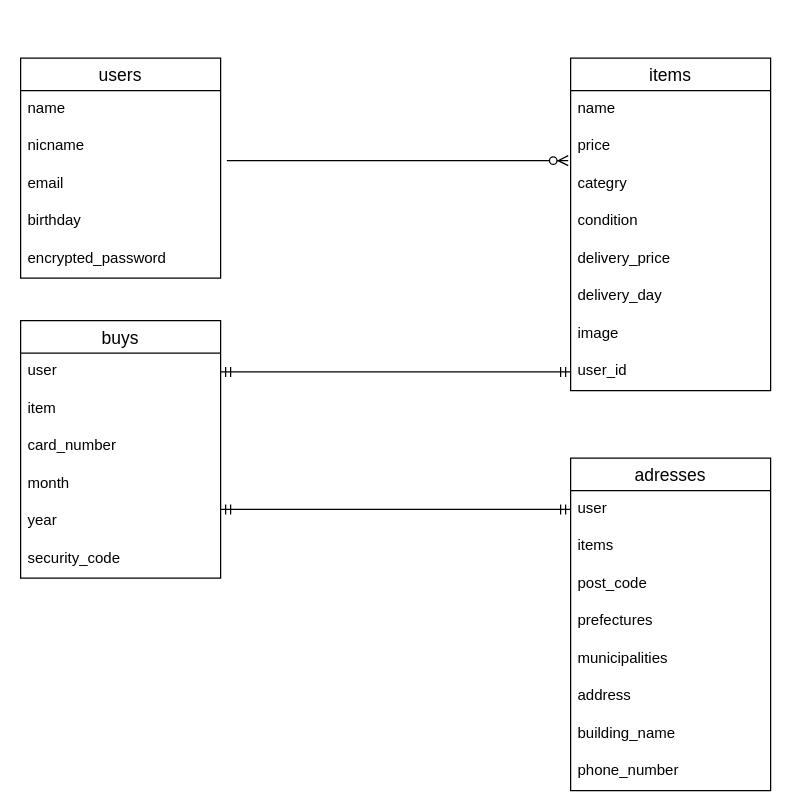
This is furima.dio from oda27/furima-38275, a draw.io file, before an edit. Source tidied: cells renumbered, new cells numbered last; positions are measured from the earlier drawing's top-left corner, leaving out a move shared by most shapes. Both pictures are drawn from the tidied source at 125%, with x=0, y=0 at pixel (20, 58).
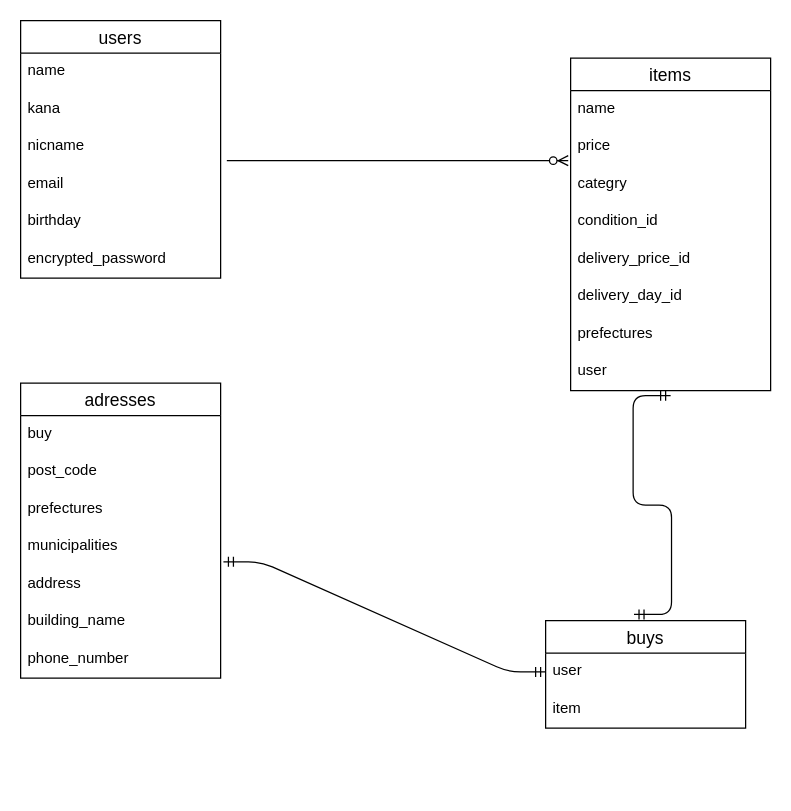
After the change.

Commit message (it also covers changes not shown here):
データベース設計

The change refers to these unchanged cells:
```xml
<mxCell id="9" value="user" style="text;strokeColor=none;fillColor=none;spacingLeft=4;spacingRight=4;overflow=hidden;points=[[0,0.5],[1,0.5]];portConstraint=eastwest;fontSize=12;" parent="8" vertex="1">
  <mxGeometry y="26" width="160" height="30" as="geometry" />
</mxCell>
<mxCell id="24" value="items" style="swimlane;fontStyle=0;horizontal=1;startSize=26;align=center;fontSize=14;" parent="1" vertex="1">
  <mxGeometry x="440" width="160" height="266" as="geometry" />
</mxCell>
```

What changed in the source:
```diff
@@
     <mxCell id="2" value="users" style="swimlane;fontStyle=0;horizontal=1;startSize=26;align=center;fontSize=14;" parent="1" vertex="1">
-      <mxGeometry width="160" height="176" as="geometry" />
+      <mxGeometry y="-30" width="160" height="206" as="geometry" />
     </mxCell>
@@
+    <mxCell id="37" value="kana" style="text;strokeColor=none;fillColor=none;spacingLeft=4;spacingRight=4;overflow=hidden;fontSize=12;" parent="2" vertex="1">
+      <mxGeometry y="56" width="160" height="30" as="geometry" />
+    </mxCell>
     <mxCell id="4" value="nicname" style="text;strokeColor=none;fillColor=none;spacingLeft=4;spacingRight=4;overflow=hidden;points=[[0,0.5],[1,0.5]];portConstraint=eastwest;fontSize=12;" parent="2" vertex="1">
-      <mxGeometry y="56" width="160" height="30" as="geometry" />
+      <mxGeometry y="86" width="160" height="30" as="geometry" />
     </mxCell>
     <mxCell id="5" value="email" style="text;strokeColor=none;fillColor=none;spacingLeft=4;spacingRight=4;overflow=hidden;fontSize=12;" parent="2" vertex="1">
-      <mxGeometry y="86" width="160" height="30" as="geometry" />
+      <mxGeometry y="116" width="160" height="30" as="geometry" />
     </mxCell>
     <mxCell id="6" value="birthday" style="text;strokeColor=none;fillColor=none;spacingLeft=4;spacingRight=4;overflow=hidden;fontSize=12;" parent="2" vertex="1">
-      <mxGeometry y="116" width="160" height="30" as="geometry" />
+      <mxGeometry y="146" width="160" height="30" as="geometry" />
     </mxCell>
     <mxCell id="7" value="encrypted_password" style="text;strokeColor=none;fillColor=none;spacingLeft=4;spacingRight=4;overflow=hidden;fontSize=12;" parent="2" vertex="1">
-      <mxGeometry y="146" width="160" height="30" as="geometry" />
+      <mxGeometry y="176" width="160" height="30" as="geometry" />
     </mxCell>
     <mxCell id="8" value="buys" style="swimlane;fontStyle=0;horizontal=1;startSize=26;align=center;fontSize=14;" parent="1" vertex="1">
-      <mxGeometry y="210" width="160" height="206" as="geometry" />
+      <mxGeometry x="420" y="450" width="160" height="86" as="geometry" />
     </mxCell>
@@
-    <mxCell id="11" value="card_number" style="text;strokeColor=none;fillColor=none;spacingLeft=4;spacingRight=4;overflow=hidden;fontSize=12;" parent="8" vertex="1">
-      <mxGeometry y="86" width="160" height="30" as="geometry" />
-    </mxCell>
-    <mxCell id="12" value="month" style="text;strokeColor=none;fillColor=none;spacingLeft=4;spacingRight=4;overflow=hidden;fontSize=12;" parent="8" vertex="1">
-      <mxGeometry y="116" width="160" height="30" as="geometry" />
-    </mxCell>
-    <mxCell id="13" value="year" style="text;strokeColor=none;fillColor=none;spacingLeft=4;spacingRight=4;overflow=hidden;fontSize=12;" parent="8" vertex="1">
-      <mxGeometry y="146" width="160" height="30" as="geometry" />
-    </mxCell>
-    <mxCell id="14" value="security_code" style="text;strokeColor=none;fillColor=none;spacingLeft=4;spacingRight=4;overflow=hidden;fontSize=12;" parent="8" vertex="1">
-      <mxGeometry y="176" width="160" height="30" as="geometry" />
-    </mxCell>
     <mxCell id="15" value="adresses" style="swimlane;fontStyle=0;horizontal=1;startSize=26;align=center;fontSize=14;" parent="1" vertex="1">
-      <mxGeometry x="440" y="320" width="160" height="266" as="geometry" />
+      <mxGeometry y="260" width="160" height="236" as="geometry" />
     </mxCell>
-    <mxCell id="16" value="user" style="text;strokeColor=none;fillColor=none;spacingLeft=4;spacingRight=4;overflow=hidden;points=[[0,0.5],[1,0.5]];portConstraint=eastwest;fontSize=12;" parent="15" vertex="1">
+    <mxCell id="16" value="buy" style="text;strokeColor=none;fillColor=none;spacingLeft=4;spacingRight=4;overflow=hidden;points=[[0,0.5],[1,0.5]];portConstraint=eastwest;fontSize=12;" parent="15" vertex="1">
       <mxGeometry y="26" width="160" height="30" as="geometry" />
     </mxCell>
-    <mxCell id="17" value="items" style="text;strokeColor=none;fillColor=none;spacingLeft=4;spacingRight=4;overflow=hidden;fontSize=12;" parent="15" vertex="1">
-      <mxGeometry y="56" width="160" height="30" as="geometry" />
-    </mxCell>
     <mxCell id="18" value="post_code" style="text;strokeColor=none;fillColor=none;spacingLeft=4;spacingRight=4;overflow=hidden;fontSize=12;" parent="15" vertex="1">
-      <mxGeometry y="86" width="160" height="30" as="geometry" />
+      <mxGeometry y="56" width="160" height="30" as="geometry" />
     </mxCell>
     <mxCell id="19" value="prefectures" style="text;strokeColor=none;fillColor=none;spacingLeft=4;spacingRight=4;overflow=hidden;fontSize=12;" parent="15" vertex="1">
-      <mxGeometry y="116" width="160" height="30" as="geometry" />
+      <mxGeometry y="86" width="160" height="30" as="geometry" />
     </mxCell>
     <mxCell id="20" value="municipalities" style="text;strokeColor=none;fillColor=none;spacingLeft=4;spacingRight=4;overflow=hidden;points=[[0,0.5],[1,0.5]];portConstraint=eastwest;fontSize=12;" parent="15" vertex="1">
-      <mxGeometry y="146" width="160" height="30" as="geometry" />
+      <mxGeometry y="116" width="160" height="30" as="geometry" />
     </mxCell>
     <mxCell id="21" value="address" style="text;strokeColor=none;fillColor=none;spacingLeft=4;spacingRight=4;overflow=hidden;fontSize=12;" parent="15" vertex="1">
-      <mxGeometry y="176" width="160" height="30" as="geometry" />
+      <mxGeometry y="146" width="160" height="30" as="geometry" />
     </mxCell>
     <mxCell id="22" value="building_name" style="text;strokeColor=none;fillColor=none;spacingLeft=4;spacingRight=4;overflow=hidden;fontSize=12;" parent="15" vertex="1">
-      <mxGeometry y="206" width="160" height="30" as="geometry" />
+      <mxGeometry y="176" width="160" height="30" as="geometry" />
     </mxCell>
     <mxCell id="23" value="phone_number" style="text;strokeColor=none;fillColor=none;spacingLeft=4;spacingRight=4;overflow=hidden;fontSize=12;" parent="15" vertex="1">
-      <mxGeometry y="236" width="160" height="30" as="geometry" />
+      <mxGeometry y="206" width="160" height="30" as="geometry" />
     </mxCell>
@@
-    <mxCell id="28" value="condition" style="text;strokeColor=none;fillColor=none;spacingLeft=4;spacingRight=4;overflow=hidden;fontSize=12;" parent="24" vertex="1">
+    <mxCell id="28" value="condition_id" style="text;strokeColor=none;fillColor=none;spacingLeft=4;spacingRight=4;overflow=hidden;fontSize=12;" parent="24" vertex="1">
       <mxGeometry y="116" width="160" height="30" as="geometry" />
     </mxCell>
-    <mxCell id="29" value="delivery_price" style="text;strokeColor=none;fillColor=none;spacingLeft=4;spacingRight=4;overflow=hidden;fontSize=12;" parent="24" vertex="1">
+    <mxCell id="29" value="delivery_price_id" style="text;strokeColor=none;fillColor=none;spacingLeft=4;spacingRight=4;overflow=hidden;fontSize=12;" parent="24" vertex="1">
       <mxGeometry y="146" width="160" height="30" as="geometry" />
     </mxCell>
-    <mxCell id="30" value="delivery_day" style="text;strokeColor=none;fillColor=none;spacingLeft=4;spacingRight=4;overflow=hidden;fontSize=12;" parent="24" vertex="1">
+    <mxCell id="30" value="delivery_day_id" style="text;strokeColor=none;fillColor=none;spacingLeft=4;spacingRight=4;overflow=hidden;fontSize=12;" parent="24" vertex="1">
       <mxGeometry y="176" width="160" height="30" as="geometry" />
     </mxCell>
-    <mxCell id="31" value="image" style="text;strokeColor=none;fillColor=none;spacingLeft=4;spacingRight=4;overflow=hidden;fontSize=12;" parent="24" vertex="1">
-      <mxGeometry y="206" width="160" height="30" as="geometry" />
-    </mxCell>
+    <mxCell id="38" value="prefectures" style="text;strokeColor=none;fillColor=none;spacingLeft=4;spacingRight=4;overflow=hidden;fontSize=12;" parent="24" vertex="1">
+      <mxGeometry y="206" width="160" height="30" as="geometry" />
+    </mxCell>
-    <mxCell id="32" value="user_id" style="text;strokeColor=none;fillColor=none;spacingLeft=4;spacingRight=4;overflow=hidden;points=[[0,0.5],[1,0.5]];portConstraint=eastwest;fontSize=12;" parent="24" vertex="1">
+    <mxCell id="32" value="user" style="text;strokeColor=none;fillColor=none;spacingLeft=4;spacingRight=4;overflow=hidden;points=[[0,0.5],[1,0.5]];portConstraint=eastwest;fontSize=12;" parent="24" vertex="1">
       <mxGeometry y="236" width="160" height="30" as="geometry" />
     </mxCell>
@@
-    <mxCell id="34" style="edgeStyle=entityRelationEdgeStyle;fontSize=12;html=1;endArrow=ERmandOne;startArrow=ERmandOne;exitX=1;exitY=0.5;exitDx=0;exitDy=0;" parent="1" edge="1" source="9" target="32">
-      <mxGeometry relative="1" as="geometry" />
+    <mxCell id="34" style="edgeStyle=entityRelationEdgeStyle;fontSize=12;html=1;endArrow=ERmandOne;startArrow=ERmandOne;exitX=0.442;exitY=-0.058;exitDx=0;exitDy=0;exitPerimeter=0;" parent="1" edge="1" source="8">
+      <mxGeometry relative="1" as="geometry">
+        <mxPoint x="520" y="270" as="targetPoint" />
+      </mxGeometry>
     </mxCell>
-    <mxCell id="35" style="edgeStyle=entityRelationEdgeStyle;fontSize=12;html=1;endArrow=ERmandOne;startArrow=ERmandOne;entryX=0;entryY=0.5;entryDx=0;entryDy=0;" parent="1" edge="1" target="16">
-      <mxGeometry relative="1" as="geometry">
-        <mxPoint x="160" y="361" as="sourcePoint" />
-      </mxGeometry>
+    <mxCell id="35" style="edgeStyle=entityRelationEdgeStyle;fontSize=12;html=1;endArrow=ERmandOne;startArrow=ERmandOne;exitX=0;exitY=0.5;exitDx=0;exitDy=0;entryX=1.014;entryY=0.898;entryDx=0;entryDy=0;entryPerimeter=0;" parent="1" edge="1" source="9" target="20">
+      <mxGeometry relative="1" as="geometry" />
     </mxCell>
```
